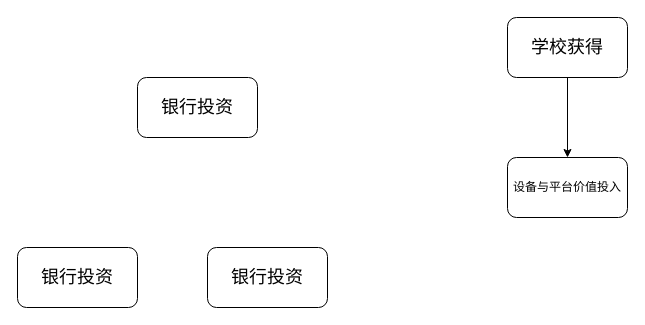
Earlier version of the draw.io diagram 银行投资价值收益.drawio (bzerozero7/test). Source tidied: cells renumbered, new cells numbered last; positions are measured from the earlier drawing's top-left corner, leaving out a move shared by most shapes. Both pictures are drawn from the tidied source at 100%, with x=0, y=0 at pixel (17, 17).
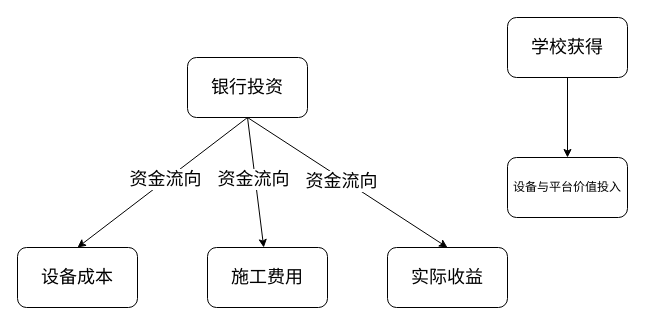
Above is the later version.

Commit message (it also covers changes not shown here):
更新银行投资价值收益.drawio

Change to the diagram source:
```diff
@@
 <mxGraphModel>
   <root>
     <mxCell id="0" />
     <mxCell id="1" parent="0" />
     <mxCell id="2" value="&lt;font style=&quot;font-size: 18px;&quot;&gt;银行投资&lt;/font&gt;" style="rounded=1;whiteSpace=wrap;html=1;" parent="1" vertex="1">
-      <mxGeometry x="120" y="60" width="120" height="60" as="geometry" />
+      <mxGeometry x="170" y="40" width="120" height="60" as="geometry" />
     </mxCell>
-    <mxCell id="3" value="&lt;font style=&quot;font-size: 18px;&quot;&gt;银行投资&lt;/font&gt;" style="rounded=1;whiteSpace=wrap;html=1;" parent="1" vertex="1">
+    <mxCell id="3" value="&lt;span style=&quot;font-size: 18px;&quot;&gt;设备成本&lt;/span&gt;" style="rounded=1;whiteSpace=wrap;html=1;" parent="1" vertex="1">
       <mxGeometry y="230" width="120" height="60" as="geometry" />
     </mxCell>
-    <mxCell id="4" value="&lt;font style=&quot;font-size: 18px;&quot;&gt;银行投资&lt;/font&gt;" style="rounded=1;whiteSpace=wrap;html=1;" parent="1" vertex="1">
+    <mxCell id="4" value="&lt;span style=&quot;font-size: 18px;&quot;&gt;施工费用&lt;/span&gt;" style="rounded=1;whiteSpace=wrap;html=1;" parent="1" vertex="1">
       <mxGeometry x="190" y="230" width="120" height="60" as="geometry" />
     </mxCell>
     <mxCell id="5" style="edgeStyle=orthogonalEdgeStyle;rounded=0;jettySize=auto;html=1;" parent="1" edge="1" source="6" target="7">
       <mxGeometry relative="1" as="geometry" />
     </mxCell>
     <mxCell id="6" value="&lt;span style=&quot;font-size: 18px;&quot;&gt;学校获得&lt;/span&gt;" style="rounded=1;whiteSpace=wrap;html=1;" parent="1" vertex="1">
       <mxGeometry x="490" width="120" height="60" as="geometry" />
     </mxCell>
     <mxCell id="7" value="设备与平台价值投入" style="whiteSpace=wrap;html=1;rounded=1;" parent="1" vertex="1">
       <mxGeometry x="490" y="140" width="120" height="60" as="geometry" />
     </mxCell>
+    <mxCell id="8" style="endArrow=classic;html=1;rounded=0;exitX=0.5;exitY=1;exitDx=0;exitDy=0;entryX=0.5;entryY=0;entryDx=0;entryDy=0;" parent="1" edge="1" source="2" target="3">
+      <mxGeometry relative="1" as="geometry" />
+    </mxCell>
+    <mxCell id="9" value="&lt;font style=&quot;font-size: 18px;&quot;&gt;资金流向&lt;/font&gt;" style="edgeLabel;html=1;align=center;verticalAlign=middle;" parent="8" vertex="1">
+      <mxGeometry x="-0.03" y="-2" relative="1" as="geometry">
+        <mxPoint x="1" as="offset" />
+      </mxGeometry>
+    </mxCell>
+    <mxCell id="10" style="endArrow=classic;html=1;rounded=0;exitX=0.5;exitY=1;exitDx=0;exitDy=0;" parent="1" edge="1" source="2" target="4">
+      <mxGeometry relative="1" as="geometry" />
+    </mxCell>
+    <mxCell id="11" value="&lt;font style=&quot;font-size: 18px;&quot;&gt;资金流向&lt;/font&gt;" style="edgeLabel;html=1;align=center;verticalAlign=middle;" parent="10" vertex="1">
+      <mxGeometry x="-0.05" y="-2" relative="1" as="geometry" />
+    </mxCell>
+    <mxCell id="12" value="&lt;font style=&quot;font-size: 18px;&quot;&gt;实际收益&lt;/font&gt;" style="rounded=1;whiteSpace=wrap;html=1;" parent="1" vertex="1">
+      <mxGeometry x="370" y="230" width="120" height="60" as="geometry" />
+    </mxCell>
+    <mxCell id="13" style="endArrow=classic;html=1;rounded=0;entryX=0.5;entryY=0;entryDx=0;entryDy=0;exitX=0.5;exitY=1;exitDx=0;exitDy=0;" parent="1" edge="1" source="2" target="12">
+      <mxGeometry relative="1" as="geometry" />
+    </mxCell>
+    <mxCell id="14" value="&lt;font style=&quot;font-size: 18px;&quot;&gt;资金流向&lt;/font&gt;" style="edgeLabel;html=1;align=center;verticalAlign=middle;" parent="13" vertex="1">
+      <mxGeometry x="-0.05" y="-2" relative="1" as="geometry" />
+    </mxCell>
   </root>
 </mxGraphModel>
```
